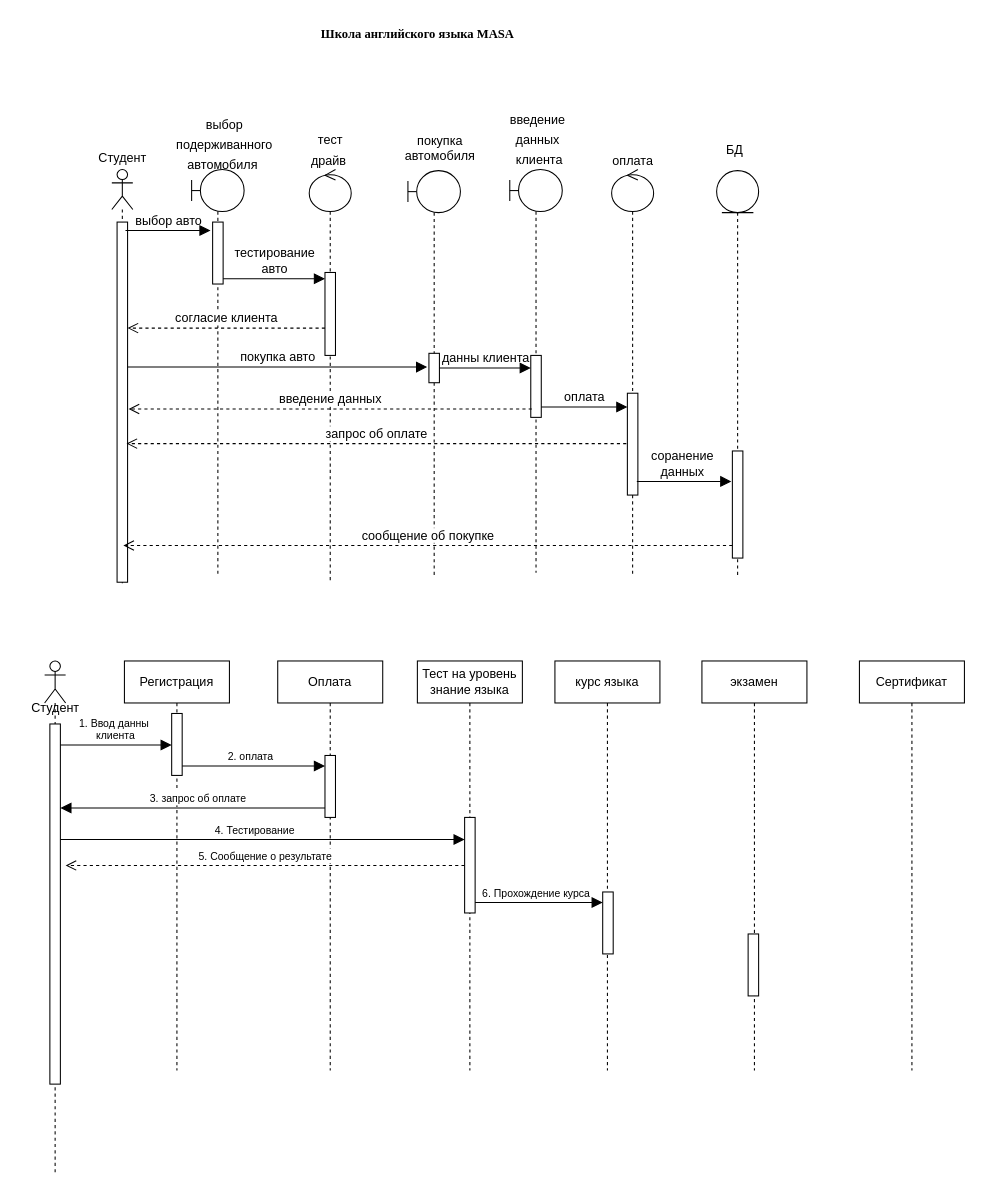
The draw.io diagram sequence_diagram_masa.drawio in mati-tech/draw.io, before the edit. Source tidied: cells renumbered, new cells numbered last; positions are measured from the earlier drawing's top-left corner, leaving out a move shared by most shapes. Both pictures are drawn from the tidied source at 105%, with x=0, y=0 at pixel (18, 18).
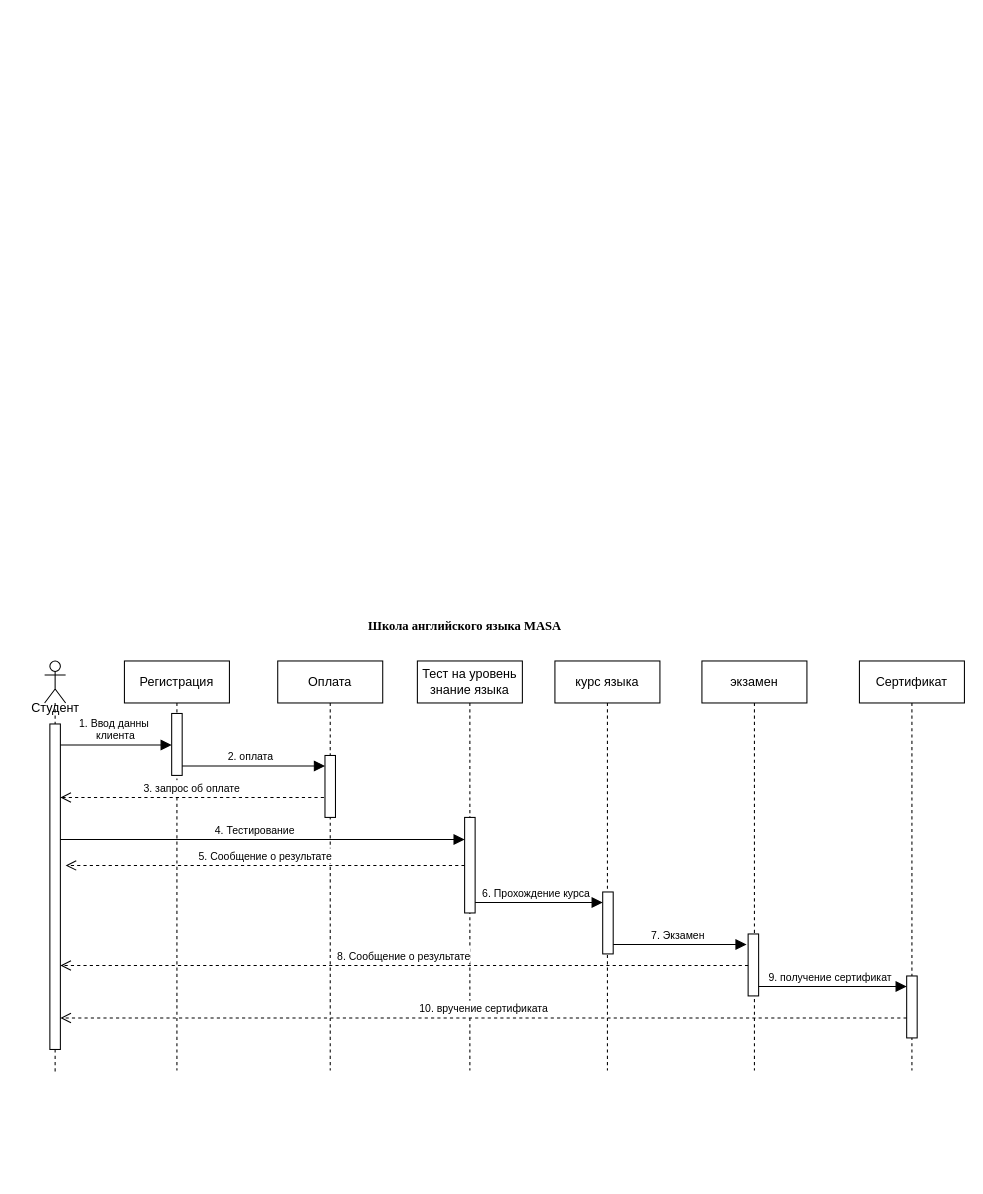
The same diagram, later.

Unchanged cells that the change refers to:
```xml
<mxCell id="39" style="html=1;points=[[0,0,0,0,5],[0,1,0,0,-5],[1,0,0,0,5],[1,1,0,0,-5]];perimeter=orthogonalPerimeter;outlineConnect=0;targetShapes=umlLifeline;portConstraint=eastwest;newEdgeStyle={&quot;curved&quot;:0,&quot;rounded&quot;:0};" parent="38" vertex="1">
  <mxGeometry x="45.5" y="220" width="10" height="59" as="geometry" />
</mxCell>
<mxCell id="42" value="Сертификат" style="shape=umlLifeline;perimeter=lifelinePerimeter;whiteSpace=wrap;html=1;newEdgeStyle={&quot;curved&quot;:0,&quot;rounded&quot;:0};" parent="1" vertex="1">
  <mxGeometry x="801" y="612" width="100" height="390" as="geometry" />
</mxCell>
```

Diff of the diagram source:
```diff
@@
-    <mxCell id="2" value="&lt;div&gt;&lt;br style=&quot;text-wrap: nowrap;&quot;&gt;&lt;/div&gt;" style="shape=umlLifeline;perimeter=lifelinePerimeter;whiteSpace=wrap;html=1;newEdgeStyle={&quot;curved&quot;:0,&quot;rounded&quot;:0};participant=umlActor;size=38;" parent="1" vertex="1">
-      <mxGeometry x="89" y="144" width="20" height="394" as="geometry" />
-    </mxCell>
-    <mxCell id="3" style="html=1;points=[[0,0,0,0,5],[0,1,0,0,-5],[1,0,0,0,5],[1,1,0,0,-5]];perimeter=orthogonalPerimeter;outlineConnect=0;targetShapes=umlLifeline;portConstraint=eastwest;newEdgeStyle={&quot;curved&quot;:0,&quot;rounded&quot;:0};" parent="2" vertex="1">
-      <mxGeometry x="5" y="50" width="10" height="343" as="geometry" />
-    </mxCell>
-    <mxCell id="4" value="&lt;div style=&quot;font-size: 12px;&quot;&gt;Студент&lt;/div&gt;" style="text;html=1;align=center;verticalAlign=middle;strokeColor=none;fillColor=none;fontSize=12;" parent="1" vertex="1">
-      <mxGeometry x="64" y="118" width="70" height="30" as="geometry" />
-    </mxCell>
-    <mxCell id="5" style="shape=umlLifeline;perimeter=lifelinePerimeter;whiteSpace=wrap;html=1;newEdgeStyle={&quot;curved&quot;:0,&quot;rounded&quot;:0};participant=umlBoundary;" parent="1" vertex="1">
-      <mxGeometry x="165" y="144" width="50" height="388" as="geometry" />
-    </mxCell>
-    <mxCell id="6" style="html=1;points=[[0,0,0,0,5],[0,1,0,0,-5],[1,0,0,0,5],[1,1,0,0,-5]];perimeter=orthogonalPerimeter;outlineConnect=0;targetShapes=umlLifeline;portConstraint=eastwest;newEdgeStyle={&quot;curved&quot;:0,&quot;rounded&quot;:0};" parent="5" vertex="1">
-      <mxGeometry x="20" y="50" width="10" height="59" as="geometry" />
-    </mxCell>
-    <mxCell id="7" style="shape=umlLifeline;perimeter=lifelinePerimeter;whiteSpace=wrap;html=1;newEdgeStyle={&quot;curved&quot;:0,&quot;rounded&quot;:0};participant=umlBoundary;" parent="1" vertex="1">
-      <mxGeometry x="371" y="145" width="50" height="388" as="geometry" />
-    </mxCell>
-    <mxCell id="8" style="html=1;perimeter=orthogonalPerimeter;targetShapes=umlLifeline;newEdgeStyle={&quot;curved&quot;:0,&quot;rounded&quot;:0};" parent="7" vertex="1">
-      <mxGeometry x="20" y="174" width="10" height="28" as="geometry" />
-    </mxCell>
-    <mxCell id="9" style="shape=umlLifeline;perimeter=lifelinePerimeter;whiteSpace=wrap;html=1;newEdgeStyle={&quot;curved&quot;:0,&quot;rounded&quot;:0};participant=umlControl;" parent="1" vertex="1">
-      <mxGeometry x="565" y="144" width="40" height="387" as="geometry" />
-    </mxCell>
-    <mxCell id="10" style="html=1;perimeter=orthogonalPerimeter;targetShapes=umlLifeline;newEdgeStyle={&quot;curved&quot;:0,&quot;rounded&quot;:0};" parent="9" vertex="1">
-      <mxGeometry x="15" y="213" width="10" height="97" as="geometry" />
-    </mxCell>
-    <mxCell id="11" value="&lt;span style=&quot;font-size: 12px; text-wrap: wrap;&quot;&gt;выбор подерживанного автомобиля&amp;nbsp;&lt;/span&gt;" style="text;html=1;align=center;verticalAlign=middle;strokeColor=none;fillColor=none;fontSize=16;" parent="1" vertex="1">
-      <mxGeometry x="85" y="103" width="222" height="31" as="geometry" />
-    </mxCell>
-    <mxCell id="12" value="&lt;span style=&quot;font-size: 12px; text-wrap: wrap;&quot;&gt;тест драйв&amp;nbsp;&lt;/span&gt;" style="text;html=1;align=center;verticalAlign=middle;strokeColor=none;fillColor=none;fontSize=16;" parent="1" vertex="1">
-      <mxGeometry x="256" y="108" width="82" height="31" as="geometry" />
-    </mxCell>
-    <mxCell id="13" value="&lt;span style=&quot;color: rgb(0, 0, 0); font-family: Helvetica; font-size: 12px; font-style: normal; font-variant-ligatures: normal; font-variant-caps: normal; font-weight: 400; letter-spacing: normal; orphans: 2; text-indent: 0px; text-transform: none; widows: 2; word-spacing: 0px; -webkit-text-stroke-width: 0px; white-space: normal; background-color: rgb(255, 255, 255); text-decoration-thickness: initial; text-decoration-style: initial; text-decoration-color: initial; float: none; display: inline !important;&quot;&gt;покупка&amp;nbsp;&lt;/span&gt;&lt;div&gt;&lt;span style=&quot;color: rgb(0, 0, 0); font-family: Helvetica; font-size: 12px; font-style: normal; font-variant-ligatures: normal; font-variant-caps: normal; font-weight: 400; letter-spacing: normal; orphans: 2; text-indent: 0px; text-transform: none; widows: 2; word-spacing: 0px; -webkit-text-stroke-width: 0px; white-space: normal; background-color: rgb(255, 255, 255); text-decoration-thickness: initial; text-decoration-style: initial; text-decoration-color: initial; float: none; display: inline !important;&quot;&gt;автомобиля&amp;nbsp;&lt;/span&gt;&lt;/div&gt;" style="text;whiteSpace=wrap;html=1;align=center;" parent="1" vertex="1">
-      <mxGeometry x="357" y="103" width="93" height="36" as="geometry" />
-    </mxCell>
-    <mxCell id="14" value="выбор авто" style="html=1;verticalAlign=bottom;labelBackgroundColor=none;endArrow=block;endFill=1;rounded=0;fontSize=12;startSize=8;endSize=8;curved=1;" parent="1" edge="1">
-      <mxGeometry relative="1" as="geometry">
-        <mxPoint x="102" y="202" as="sourcePoint" />
-        <mxPoint x="183" y="202" as="targetPoint" />
-      </mxGeometry>
-    </mxCell>
-    <mxCell id="15" style="shape=umlLifeline;perimeter=lifelinePerimeter;whiteSpace=wrap;html=1;newEdgeStyle={&quot;curved&quot;:0,&quot;rounded&quot;:0};participant=umlControl;" parent="1" vertex="1">
-      <mxGeometry x="277" y="144" width="40" height="392" as="geometry" />
-    </mxCell>
-    <mxCell id="16" style="html=1;points=[[0,0,0,0,5],[0,1,0,0,-5],[1,0,0,0,5],[1,1,0,0,-5]];perimeter=orthogonalPerimeter;outlineConnect=0;targetShapes=umlLifeline;portConstraint=eastwest;newEdgeStyle={&quot;curved&quot;:0,&quot;rounded&quot;:0};" parent="15" vertex="1">
-      <mxGeometry x="15" y="98" width="10" height="79" as="geometry" />
-    </mxCell>
-    <mxCell id="17" value="тестирование&lt;div&gt;авто&lt;/div&gt;" style="html=1;verticalAlign=bottom;labelBackgroundColor=none;endArrow=block;endFill=1;rounded=0;fontSize=12;startSize=8;endSize=8;curved=1;exitX=1;exitY=1;exitDx=0;exitDy=-5;exitPerimeter=0;" parent="1" edge="1" source="6" target="16">
-      <mxGeometry relative="1" as="geometry" />
-    </mxCell>
-    <mxCell id="18" value="согласие клиента" style="html=1;verticalAlign=bottom;endArrow=open;dashed=1;endSize=8;curved=0;rounded=0;fontSize=12;" parent="1" edge="1">
-      <mxGeometry relative="1" as="geometry">
-        <mxPoint x="292" y="295" as="sourcePoint" />
-        <mxPoint x="104" y="295" as="targetPoint" />
-      </mxGeometry>
-    </mxCell>
-    <mxCell id="19" value="&lt;font style=&quot;font-size: 12px;&quot;&gt;оплата&lt;/font&gt;" style="text;html=1;align=center;verticalAlign=middle;strokeColor=none;fillColor=none;fontSize=16;" parent="1" vertex="1">
-      <mxGeometry x="556.5" y="118" width="57" height="31" as="geometry" />
-    </mxCell>
-    <mxCell id="20" style="shape=umlLifeline;perimeter=lifelinePerimeter;whiteSpace=wrap;html=1;newEdgeStyle={&quot;curved&quot;:0,&quot;rounded&quot;:0};participant=umlBoundary;" parent="1" vertex="1">
-      <mxGeometry x="468" y="144" width="50" height="384" as="geometry" />
-    </mxCell>
-    <mxCell id="21" style="html=1;perimeter=orthogonalPerimeter;targetShapes=umlLifeline;newEdgeStyle={&quot;curved&quot;:0,&quot;rounded&quot;:0};" parent="20" vertex="1">
-      <mxGeometry x="20" y="177" width="10" height="59" as="geometry" />
-    </mxCell>
-    <mxCell id="22" style="shape=umlLifeline;perimeter=lifelinePerimeter;whiteSpace=wrap;html=1;newEdgeStyle={&quot;curved&quot;:0,&quot;rounded&quot;:0};participant=umlEntity;" parent="1" vertex="1">
-      <mxGeometry x="665" y="145" width="40" height="386" as="geometry" />
-    </mxCell>
-    <mxCell id="23" style="html=1;points=[[0,0,0,0,5],[0,1,0,0,-5],[1,0,0,0,5],[1,1,0,0,-5]];perimeter=orthogonalPerimeter;outlineConnect=0;targetShapes=umlLifeline;portConstraint=eastwest;newEdgeStyle={&quot;curved&quot;:0,&quot;rounded&quot;:0};" parent="22" vertex="1">
-      <mxGeometry x="15" y="267" width="10" height="102" as="geometry" />
-    </mxCell>
-    <mxCell id="24" value="&lt;font style=&quot;font-size: 12px;&quot;&gt;введение&amp;nbsp;&lt;/font&gt;&lt;div&gt;&lt;font style=&quot;font-size: 12px;&quot;&gt;данных&amp;nbsp;&lt;/font&gt;&lt;/div&gt;&lt;div&gt;&lt;font style=&quot;font-size: 12px;&quot;&gt;клиента&lt;/font&gt;&lt;/div&gt;" style="text;html=1;align=center;verticalAlign=middle;strokeColor=none;fillColor=none;fontSize=16;" parent="1" vertex="1">
-      <mxGeometry x="459" y="79" width="74" height="70" as="geometry" />
-    </mxCell>
-    <mxCell id="25" value="&lt;font style=&quot;font-size: 12px;&quot;&gt;БД&lt;/font&gt;" style="text;html=1;align=center;verticalAlign=middle;strokeColor=none;fillColor=none;fontSize=16;" parent="1" vertex="1">
-      <mxGeometry x="665" y="108" width="34" height="31" as="geometry" />
-    </mxCell>
-    <mxCell id="26" value="покупка авто" style="html=1;verticalAlign=bottom;labelBackgroundColor=none;endArrow=block;endFill=1;rounded=0;fontSize=12;startSize=8;endSize=8;curved=1;entryX=-0.033;entryY=0.331;entryDx=0;entryDy=0;entryPerimeter=0;" parent="1" edge="1" source="3">
-      <mxGeometry relative="1" as="geometry">
-        <mxPoint x="389.3" y="332.1" as="targetPoint" />
-      </mxGeometry>
-    </mxCell>
-    <mxCell id="27" value="данны клиента" style="html=1;verticalAlign=bottom;labelBackgroundColor=none;endArrow=block;endFill=1;rounded=0;fontSize=12;startSize=8;endSize=8;curved=1;" parent="1" edge="1">
-      <mxGeometry relative="1" as="geometry">
-        <mxPoint x="401" y="333" as="sourcePoint" />
-        <mxPoint x="488" y="333" as="targetPoint" />
-      </mxGeometry>
-    </mxCell>
-    <mxCell id="28" value="оплата" style="html=1;verticalAlign=bottom;labelBackgroundColor=none;endArrow=block;endFill=1;rounded=0;fontSize=12;startSize=8;endSize=8;curved=1;exitX=1;exitY=1;exitDx=0;exitDy=-5;exitPerimeter=0;" parent="1" edge="1">
-      <mxGeometry relative="1" as="geometry">
-        <mxPoint x="498" y="370.1" as="sourcePoint" />
-        <mxPoint x="580" y="370.1" as="targetPoint" />
-      </mxGeometry>
-    </mxCell>
-    <mxCell id="29" value="запрос об оплате" style="html=1;verticalAlign=bottom;endArrow=open;dashed=1;endSize=8;curved=0;rounded=0;fontSize=12;" parent="1" edge="1">
-      <mxGeometry relative="1" as="geometry">
-        <mxPoint x="579" y="405" as="sourcePoint" />
-        <mxPoint x="103" y="405" as="targetPoint" />
-      </mxGeometry>
-    </mxCell>
-    <mxCell id="30" value="соранение&amp;nbsp;&lt;div&gt;данных&amp;nbsp;&lt;/div&gt;" style="html=1;verticalAlign=bottom;labelBackgroundColor=none;endArrow=block;endFill=1;rounded=0;fontSize=12;startSize=8;endSize=8;curved=1;" parent="1" edge="1">
-      <mxGeometry relative="1" as="geometry">
-        <mxPoint x="589" y="441" as="sourcePoint" />
-        <mxPoint x="679" y="441" as="targetPoint" />
-      </mxGeometry>
-    </mxCell>
-    <mxCell id="31" value="сообщение об покупке" style="html=1;verticalAlign=bottom;endArrow=open;dashed=1;endSize=8;curved=0;rounded=0;fontSize=12;entryX=0.6;entryY=0.898;entryDx=0;entryDy=0;entryPerimeter=0;" parent="1" edge="1" source="23" target="3">
-      <mxGeometry relative="1" as="geometry" />
-    </mxCell>
-    <mxCell id="32" value="введение данных" style="html=1;verticalAlign=bottom;endArrow=open;dashed=1;endSize=8;curved=0;rounded=0;fontSize=12;entryX=1;entryY=0.484;entryDx=0;entryDy=0;entryPerimeter=0;" parent="1" edge="1">
-      <mxGeometry relative="1" as="geometry">
-        <mxPoint x="489" y="372" as="sourcePoint" />
-        <mxPoint x="105" y="372" as="targetPoint" />
-      </mxGeometry>
-    </mxCell>
     <mxCell id="33" value="&lt;span style=&quot;font-weight: 700;&quot;&gt;&lt;font face=&quot;Times New Roman&quot;&gt;Школа английского языка MASA&lt;/font&gt;&lt;/span&gt;" style="text;html=1;align=center;verticalAlign=middle;strokeColor=none;fillColor=none;" parent="1" vertex="1">
-      <mxGeometry x="275" width="210" height="30" as="geometry" />
+      <mxGeometry x="320" y="564" width="210" height="30" as="geometry" />
     </mxCell>
@@
+    <mxCell id="54" style="html=1;perimeter=orthogonalPerimeter;targetShapes=umlLifeline;newEdgeStyle={&quot;curved&quot;:0,&quot;rounded&quot;:0};" parent="42" vertex="1">
+      <mxGeometry x="45" y="300" width="10" height="59" as="geometry" />
+    </mxCell>
     <mxCell id="43" style="shape=umlLifeline;perimeter=lifelinePerimeter;whiteSpace=wrap;html=1;newEdgeStyle={&quot;curved&quot;:0,&quot;rounded&quot;:0};participant=umlActor;" parent="1" vertex="1">
-      <mxGeometry x="25" y="612" width="20" height="490" as="geometry" />
+      <mxGeometry x="25" y="612" width="20" height="394" as="geometry" />
     </mxCell>
     <mxCell id="44" style="html=1;points=[[0,0,0,0,5],[0,1,0,0,-5],[1,0,0,0,5],[1,1,0,0,-5]];perimeter=orthogonalPerimeter;outlineConnect=0;targetShapes=umlLifeline;portConstraint=eastwest;newEdgeStyle={&quot;curved&quot;:0,&quot;rounded&quot;:0};" parent="43" vertex="1">
-      <mxGeometry x="5" y="60" width="10" height="343" as="geometry" />
+      <mxGeometry x="5" y="60" width="10" height="310" as="geometry" />
     </mxCell>
@@
-    <mxCell id="50" value="&lt;span style=&quot;background-color: rgb(255, 255, 255);&quot;&gt;&lt;font style=&quot;font-size: 10px;&quot;&gt;3. запрос об оплате&lt;/font&gt;&lt;/span&gt;" style="html=1;verticalAlign=bottom;labelBackgroundColor=none;endArrow=block;endFill=1;rounded=0;fontSize=12;startSize=8;endSize=8;curved=1;" parent="1" edge="1">
-      <mxGeometry x="-0.04" relative="1" as="geometry">
-        <mxPoint x="292" y="752" as="sourcePoint" />
-        <mxPoint x="40" y="752" as="targetPoint" />
-      </mxGeometry>
-    </mxCell>
@@
+    <mxCell id="55" value="&lt;span style=&quot;font-size: 10px;&quot;&gt;7. Экзамен&lt;/span&gt;" style="html=1;verticalAlign=bottom;labelBackgroundColor=none;endArrow=block;endFill=1;rounded=0;fontSize=12;startSize=8;endSize=8;curved=1;" parent="1" edge="1" source="39">
+      <mxGeometry x="-0.04" relative="1" as="geometry">
+        <mxPoint x="693.5" y="882" as="targetPoint" />
+      </mxGeometry>
+    </mxCell>
+    <mxCell id="56" value="&lt;font style=&quot;font-size: 10px;&quot;&gt;8. Сообщение о результате&lt;/font&gt;" style="html=1;verticalAlign=bottom;endArrow=open;dashed=1;endSize=8;curved=0;rounded=0;fontSize=12;" parent="1" edge="1">
+      <mxGeometry relative="1" as="geometry">
+        <mxPoint x="695" y="902" as="sourcePoint" />
+        <mxPoint x="40" y="902" as="targetPoint" />
+      </mxGeometry>
+    </mxCell>
+    <mxCell id="57" value="&lt;span style=&quot;font-size: 10px;&quot;&gt;9. получение сертификат&lt;/span&gt;" style="html=1;verticalAlign=bottom;labelBackgroundColor=none;endArrow=block;endFill=1;rounded=0;fontSize=12;startSize=8;endSize=8;curved=1;" parent="1" edge="1">
+      <mxGeometry x="-0.04" relative="1" as="geometry">
+        <mxPoint x="705" y="922" as="sourcePoint" />
+        <mxPoint x="846" y="922" as="targetPoint" />
+      </mxGeometry>
+    </mxCell>
+    <mxCell id="58" value="&lt;font style=&quot;font-size: 10px;&quot;&gt;10. вручение сертификата&lt;/font&gt;" style="html=1;verticalAlign=bottom;endArrow=open;dashed=1;endSize=8;curved=0;rounded=0;fontSize=12;" parent="1" edge="1">
+      <mxGeometry relative="1" as="geometry">
+        <mxPoint x="846" y="952" as="sourcePoint" />
+        <mxPoint x="40" y="952" as="targetPoint" />
+      </mxGeometry>
+    </mxCell>
+    <mxCell id="50" value="&lt;font style=&quot;font-size: 10px;&quot;&gt;3. запрос об оплате&lt;/font&gt;" style="html=1;verticalAlign=bottom;endArrow=open;dashed=1;endSize=8;curved=0;rounded=0;fontSize=12;" parent="1" edge="1" target="44">
+      <mxGeometry relative="1" as="geometry">
+        <mxPoint x="291" y="742" as="sourcePoint" />
+      </mxGeometry>
+    </mxCell>
```
